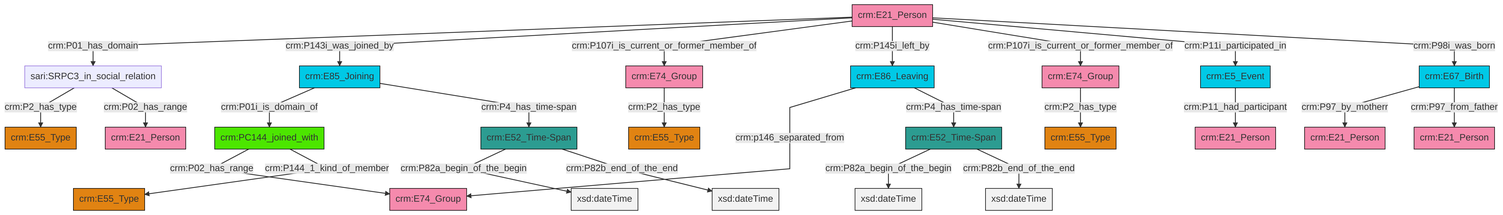
This is et/personCSV/ttl/mmd/png/Person_Actor_Relations.png from swiss-art-research-net/reference-data-models, a Mermaid export, as it was before one commit. Its source is kept beside it as et/personCSV/ttl/mmd/Person_Actor_Relations.ttl.mmd.
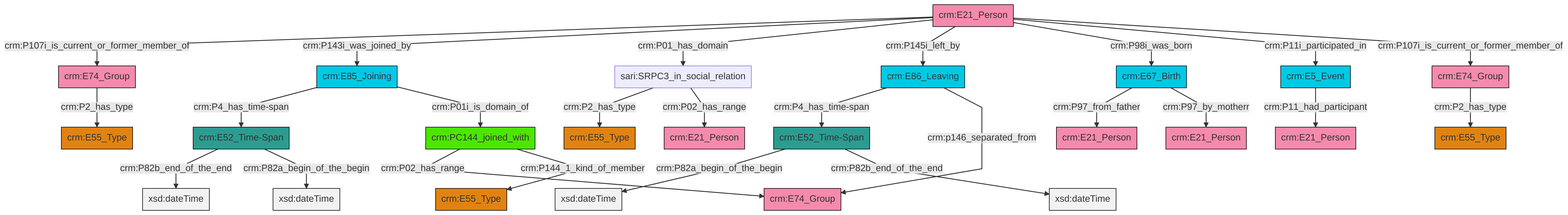
After the commit.

The edit, as a diff of the source:
```diff
@@ -13,27 +13,27 @@
 classDef PC_Classes fill:#4ce600, stroke:#000000;
 classDef Multi fill:#cccccc,stroke:#000000;
 
-0["crm:E85_Joining"]:::Temporal_Entity -->|crm:P01i_is_domain_of| 1["crm:PC144_joined_with"]:::PC_Classes
-2["crm:E21_Person"]:::Actor -->|crm:P01_has_domain| 3["sari:SRPC3_in_social_relation"]:::Default
-2["crm:E21_Person"]:::Actor -->|crm:P143i_was_joined_by| 0["crm:E85_Joining"]:::Temporal_Entity
-2["crm:E21_Person"]:::Actor -->|crm:P107i_is_current_or_former_member_of| 16["crm:E74_Group"]:::Actor
-3["sari:SRPC3_in_social_relation"]:::Default -->|crm:P2_has_type| 19["crm:E55_Type"]:::Type
-3["sari:SRPC3_in_social_relation"]:::Default -->|crm:P02_has_range| 20["crm:E21_Person"]:::Actor
-16["crm:E74_Group"]:::Actor -->|crm:P2_has_type| 5["crm:E55_Type"]:::Type
-1["crm:PC144_joined_with"]:::PC_Classes -->|crm:P02_has_range| 24["crm:E74_Group"]:::Actor
-13["crm:E86_Leaving"]:::Temporal_Entity -->|crm:p146_separated_from| 24["crm:E74_Group"]:::Actor
-21["crm:E52_Time-Span"]:::Time-Span -->|crm:P82a_begin_of_the_begin| 26[xsd:dateTime]:::Literal
-29["crm:E5_Event"]:::Temporal_Entity -->|crm:P11_had_participant| 9["crm:E21_Person"]:::Actor
-2["crm:E21_Person"]:::Actor -->|crm:P145i_left_by| 13["crm:E86_Leaving"]:::Temporal_Entity
-1["crm:PC144_joined_with"]:::PC_Classes -->|crm:P144_1_kind_of_member| 7["crm:E55_Type"]:::Type
-17["crm:E67_Birth"]:::Temporal_Entity -->|crm:P97_by_motherr| 31["crm:E21_Person"]:::Actor
-11["crm:E74_Group"]:::Actor -->|crm:P2_has_type| 27["crm:E55_Type"]:::Type
-34["crm:E52_Time-Span"]:::Time-Span -->|crm:P82a_begin_of_the_begin| 35[xsd:dateTime]:::Literal
-2["crm:E21_Person"]:::Actor -->|crm:P107i_is_current_or_former_member_of| 11["crm:E74_Group"]:::Actor
-17["crm:E67_Birth"]:::Temporal_Entity -->|crm:P97_from_father| 37["crm:E21_Person"]:::Actor
-2["crm:E21_Person"]:::Actor -->|crm:P11i_participated_in| 29["crm:E5_Event"]:::Temporal_Entity
-21["crm:E52_Time-Span"]:::Time-Span -->|crm:P82b_end_of_the_end| 38[xsd:dateTime]:::Literal
-13["crm:E86_Leaving"]:::Temporal_Entity -->|crm:P4_has_time-span| 34["crm:E52_Time-Span"]:::Time-Span
-34["crm:E52_Time-Span"]:::Time-Span -->|crm:P82b_end_of_the_end| 42[xsd:dateTime]:::Literal
-2["crm:E21_Person"]:::Actor -->|crm:P98i_was_born| 17["crm:E67_Birth"]:::Temporal_Entity
-0["crm:E85_Joining"]:::Temporal_Entity -->|crm:P4_has_time-span| 21["crm:E52_Time-Span"]:::Time-Span
+0["crm:E21_Person"]:::Actor -->|crm:P107i_is_current_or_former_member_of| 1["crm:E74_Group"]:::Actor
+0["crm:E21_Person"]:::Actor -->|crm:P143i_was_joined_by| 2["crm:E85_Joining"]:::Temporal_Entity
+2["crm:E85_Joining"]:::Temporal_Entity -->|crm:P4_has_time-span| 3["crm:E52_Time-Span"]:::Time-Span
+6["sari:SRPC3_in_social_relation"]:::Default -->|crm:P2_has_type| 7["crm:E55_Type"]:::Type
+11["crm:E52_Time-Span"]:::Time-Span -->|crm:P82a_begin_of_the_begin| 12[xsd:dateTime]:::Literal
+0["crm:E21_Person"]:::Actor -->|crm:P01_has_domain| 6["sari:SRPC3_in_social_relation"]:::Default
+11["crm:E52_Time-Span"]:::Time-Span -->|crm:P82b_end_of_the_end| 16[xsd:dateTime]:::Literal
+6["sari:SRPC3_in_social_relation"]:::Default -->|crm:P02_has_range| 21["crm:E21_Person"]:::Actor
+3["crm:E52_Time-Span"]:::Time-Span -->|crm:P82b_end_of_the_end| 23[xsd:dateTime]:::Literal
+0["crm:E21_Person"]:::Actor -->|crm:P145i_left_by| 25["crm:E86_Leaving"]:::Temporal_Entity
+0["crm:E21_Person"]:::Actor -->|crm:P98i_was_born| 29["crm:E67_Birth"]:::Temporal_Entity
+25["crm:E86_Leaving"]:::Temporal_Entity -->|crm:P4_has_time-span| 11["crm:E52_Time-Span"]:::Time-Span
+1["crm:E74_Group"]:::Actor -->|crm:P2_has_type| 4["crm:E55_Type"]:::Type
+17["crm:PC144_joined_with"]:::PC_Classes -->|crm:P02_has_range| 27["crm:E74_Group"]:::Actor
+34["crm:E74_Group"]:::Actor -->|crm:P2_has_type| 36["crm:E55_Type"]:::Type
+25["crm:E86_Leaving"]:::Temporal_Entity -->|crm:p146_separated_from| 27["crm:E74_Group"]:::Actor
+17["crm:PC144_joined_with"]:::PC_Classes -->|crm:P144_1_kind_of_member| 9["crm:E55_Type"]:::Type
+3["crm:E52_Time-Span"]:::Time-Span -->|crm:P82a_begin_of_the_begin| 43[xsd:dateTime]:::Literal
+44["crm:E5_Event"]:::Temporal_Entity -->|crm:P11_had_participant| 41["crm:E21_Person"]:::Actor
+2["crm:E85_Joining"]:::Temporal_Entity -->|crm:P01i_is_domain_of| 17["crm:PC144_joined_with"]:::PC_Classes
+29["crm:E67_Birth"]:::Temporal_Entity -->|crm:P97_from_father| 14["crm:E21_Person"]:::Actor
+29["crm:E67_Birth"]:::Temporal_Entity -->|crm:P97_by_motherr| 31["crm:E21_Person"]:::Actor
+0["crm:E21_Person"]:::Actor -->|crm:P11i_participated_in| 44["crm:E5_Event"]:::Temporal_Entity
+0["crm:E21_Person"]:::Actor -->|crm:P107i_is_current_or_former_member_of| 34["crm:E74_Group"]:::Actor
```
